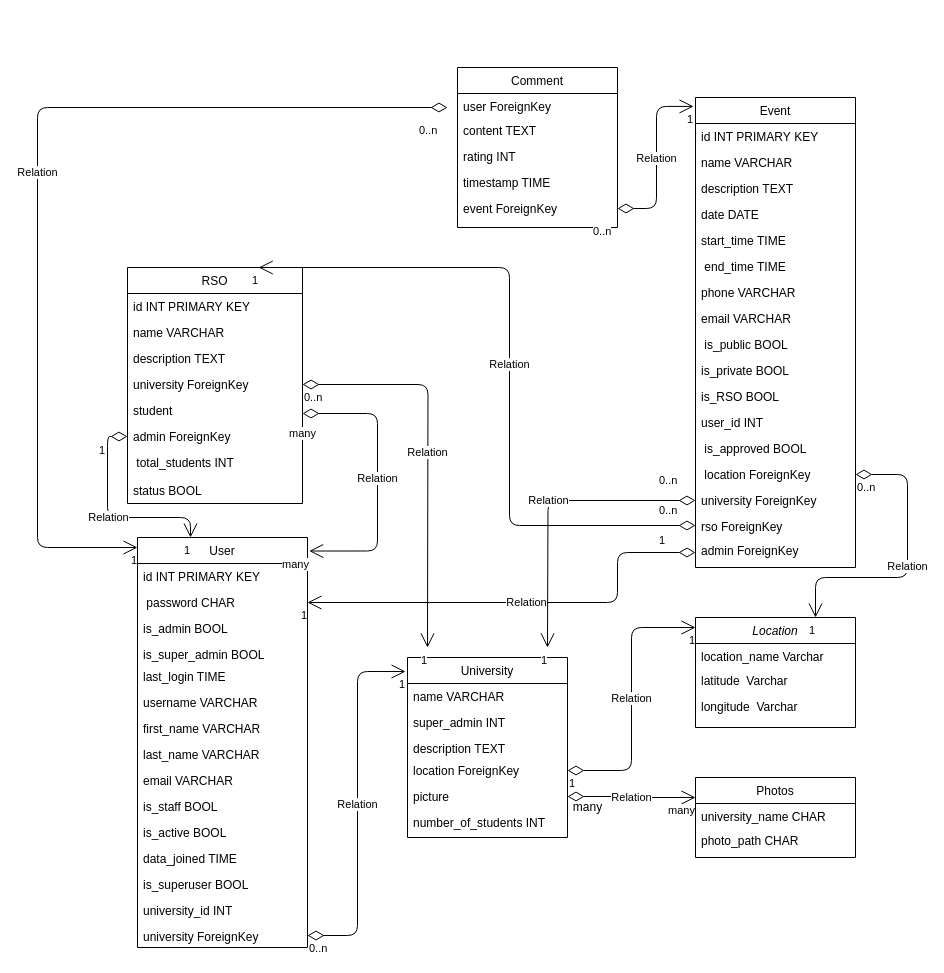
Before: college_event_website/Untitled Diagram.drawio in yao1999/College-Event-Website, a draw.io diagram. Source tidied: cells renumbered, new cells numbered last; positions are measured from the earlier drawing's top-left corner, leaving out a move shared by most shapes. Both pictures are drawn from the tidied source at 100%, with x=0, y=0 at pixel (37, 67).
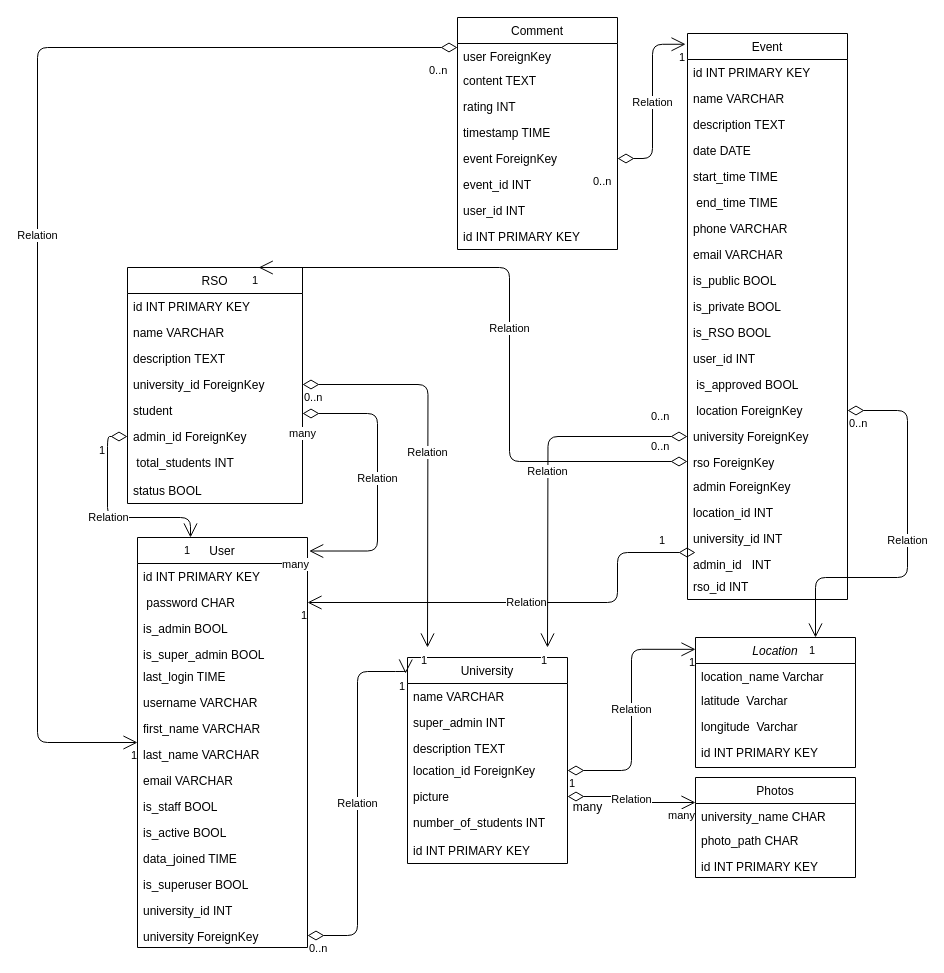
The same diagram, later.

Unchanged cells that the change refers to:
```xml
<mxCell id="7" value="user ForeignKey" style="text;align=left;verticalAlign=top;spacingLeft=4;spacingRight=4;overflow=hidden;points=[[0,0.5],[1,0.5]];portConstraint=eastwest;" parent="6" vertex="1">
  <mxGeometry y="26" width="160" height="24" as="geometry" />
</mxCell>
<mxCell id="29" value=" location ForeignKey" style="text;strokeColor=none;fillColor=none;align=left;verticalAlign=top;spacingLeft=4;spacingRight=4;overflow=hidden;points=[[0,0.5],[1,0.5]];portConstraint=eastwest;" parent="15" vertex="1">
  <mxGeometry y="364" width="160" height="26" as="geometry" />
</mxCell>
<mxCell id="31" value="rso ForeignKey" style="text;strokeColor=none;fillColor=none;align=left;verticalAlign=top;spacingLeft=4;spacingRight=4;overflow=hidden;points=[[0,0.5],[1,0.5]];portConstraint=eastwest;" parent="15" vertex="1">
  <mxGeometry y="416" width="160" height="24" as="geometry" />
</mxCell>
<mxCell id="33" value="RSO" style="swimlane;fontStyle=0;horizontal=1;startSize=26;fillColor=none;" parent="1" vertex="1">
  <mxGeometry x="90" y="200" width="175" height="236" as="geometry" />
</mxCell>
<mxCell id="55" value="User" style="swimlane;fontStyle=0;horizontal=1;startSize=26;fillColor=none;" parent="1" vertex="1">
  <mxGeometry x="100" y="470" width="170" height="410" as="geometry" />
</mxCell>
```

Change to the diagram source:
```diff
@@
     <mxCell id="2" value="Location" style="swimlane;fontStyle=2;align=center;verticalAlign=top;horizontal=1;startSize=26;rounded=0;shadow=0;strokeWidth=1;" parent="1" vertex="1">
-      <mxGeometry x="658" y="550" width="160" height="110" as="geometry" />
+      <mxGeometry x="658" y="570" width="160" height="130" as="geometry" />
     </mxCell>
@@
+    <mxCell id="101" value="id INT PRIMARY KEY" style="text;strokeColor=none;fillColor=none;align=left;verticalAlign=top;spacingLeft=4;spacingRight=4;overflow=hidden;" parent="2" vertex="1">
+      <mxGeometry y="102" width="160" height="18" as="geometry" />
+    </mxCell>
     <mxCell id="6" value="Comment" style="swimlane;fontStyle=0;align=center;verticalAlign=top;horizontal=1;startSize=26;rounded=0;shadow=0;strokeWidth=1;" parent="1" vertex="1">
-      <mxGeometry x="420" width="160" height="160" as="geometry" />
+      <mxGeometry x="420" y="-50" width="160" height="232" as="geometry" />
     </mxCell>
@@
+    <mxCell id="102" value="event_id INT" style="text;strokeColor=none;fillColor=none;align=left;verticalAlign=top;spacingLeft=4;spacingRight=4;overflow=hidden;" parent="6" vertex="1">
+      <mxGeometry y="154" width="160" height="26" as="geometry" />
+    </mxCell>
+    <mxCell id="103" value="user_id INT" style="text;strokeColor=none;fillColor=none;align=left;verticalAlign=top;spacingLeft=4;spacingRight=4;overflow=hidden;" parent="6" vertex="1">
+      <mxGeometry y="180" width="160" height="26" as="geometry" />
+    </mxCell>
+    <mxCell id="104" value="id INT PRIMARY KEY" style="text;strokeColor=none;fillColor=none;align=left;verticalAlign=top;spacingLeft=4;spacingRight=4;overflow=hidden;" parent="6" vertex="1">
+      <mxGeometry y="206" width="160" height="26" as="geometry" />
+    </mxCell>
     <mxCell id="12" value="Photos" style="swimlane;fontStyle=0;align=center;verticalAlign=top;horizontal=1;startSize=26;rounded=0;shadow=0;strokeWidth=1;" parent="1" vertex="1">
-      <mxGeometry x="658" y="710" width="160" height="80" as="geometry" />
+      <mxGeometry x="658" y="710" width="160" height="100" as="geometry" />
     </mxCell>
@@
+    <mxCell id="105" value="id INT PRIMARY KEY" style="text;strokeColor=none;fillColor=none;align=left;verticalAlign=top;spacingLeft=4;spacingRight=4;overflow=hidden;" parent="12" vertex="1">
+      <mxGeometry y="76" width="160" height="24" as="geometry" />
+    </mxCell>
     <mxCell id="15" value="Event" style="swimlane;fontStyle=0;align=center;verticalAlign=top;horizontal=1;startSize=26;rounded=0;shadow=0;strokeWidth=1;" parent="1" vertex="1">
-      <mxGeometry x="658" y="30" width="160" height="470" as="geometry" />
+      <mxGeometry x="650" y="-34" width="160" height="566" as="geometry" />
     </mxCell>
@@
-    <mxCell id="24" value=" is_public BOOL" style="text;strokeColor=none;fillColor=none;align=left;verticalAlign=top;spacingLeft=4;spacingRight=4;overflow=hidden;" parent="15" vertex="1">
+    <mxCell id="24" value="is_public BOOL" style="text;strokeColor=none;fillColor=none;align=left;verticalAlign=top;spacingLeft=4;spacingRight=4;overflow=hidden;" parent="15" vertex="1">
       <mxGeometry y="234" width="160" height="26" as="geometry" />
     </mxCell>
@@
+    <mxCell id="106" value="location_id INT" style="text;strokeColor=none;fillColor=none;align=left;verticalAlign=top;spacingLeft=4;spacingRight=4;overflow=hidden;" parent="15" vertex="1">
+      <mxGeometry y="466" width="160" height="26" as="geometry" />
+    </mxCell>
+    <mxCell id="107" value="university_id INT" style="text;strokeColor=none;fillColor=none;align=left;verticalAlign=top;spacingLeft=4;spacingRight=4;overflow=hidden;" parent="15" vertex="1">
+      <mxGeometry y="492" width="160" height="26" as="geometry" />
+    </mxCell>
+    <mxCell id="108" value="admin_id   INT" style="text;strokeColor=none;fillColor=none;align=left;verticalAlign=top;spacingLeft=4;spacingRight=4;overflow=hidden;" parent="15" vertex="1">
+      <mxGeometry y="518" width="160" height="22" as="geometry" />
+    </mxCell>
+    <mxCell id="109" value="rso_id INT" style="text;strokeColor=none;fillColor=none;align=left;verticalAlign=top;spacingLeft=4;spacingRight=4;overflow=hidden;" parent="15" vertex="1">
+      <mxGeometry y="540" width="160" height="26" as="geometry" />
+    </mxCell>
@@
-    <mxCell id="37" value="university ForeignKey" style="text;strokeColor=none;fillColor=none;align=left;verticalAlign=top;spacingLeft=4;spacingRight=4;overflow=hidden;points=[[0,0.5],[1,0.5]];portConstraint=eastwest;" parent="33" vertex="1">
+    <mxCell id="37" value="university_id ForeignKey" style="text;strokeColor=none;fillColor=none;align=left;verticalAlign=top;spacingLeft=4;spacingRight=4;overflow=hidden;points=[[0,0.5],[1,0.5]];portConstraint=eastwest;" parent="33" vertex="1">
       <mxGeometry y="104" width="175" height="26" as="geometry" />
     </mxCell>
@@
-    <mxCell id="39" value="admin ForeignKey" style="text;strokeColor=none;fillColor=none;align=left;verticalAlign=top;spacingLeft=4;spacingRight=4;overflow=hidden;points=[[0,0.5],[1,0.5]];portConstraint=eastwest;" parent="33" vertex="1">
+    <mxCell id="39" value="admin_id ForeignKey" style="text;strokeColor=none;fillColor=none;align=left;verticalAlign=top;spacingLeft=4;spacingRight=4;overflow=hidden;points=[[0,0.5],[1,0.5]];portConstraint=eastwest;" parent="33" vertex="1">
       <mxGeometry y="156" width="175" height="26" as="geometry" />
     </mxCell>
@@
     <mxCell id="42" value="University" style="swimlane;fontStyle=0;horizontal=1;startSize=26;fillColor=none;" parent="1" vertex="1">
-      <mxGeometry x="370" y="590" width="160" height="180" as="geometry" />
+      <mxGeometry x="370" y="590" width="160" height="206" as="geometry" />
     </mxCell>
@@
-    <mxCell id="46" value="location ForeignKey" style="text;strokeColor=none;fillColor=none;align=left;verticalAlign=top;spacingLeft=4;spacingRight=4;overflow=hidden;points=[[0,0.5],[1,0.5]];portConstraint=eastwest;" parent="42" vertex="1">
+    <mxCell id="46" value="location_id ForeignKey" style="text;strokeColor=none;fillColor=none;align=left;verticalAlign=top;spacingLeft=4;spacingRight=4;overflow=hidden;points=[[0,0.5],[1,0.5]];portConstraint=eastwest;" parent="42" vertex="1">
       <mxGeometry y="100" width="160" height="26" as="geometry" />
     </mxCell>
@@
+    <mxCell id="110" value="id INT PRIMARY KEY" style="text;strokeColor=none;fillColor=none;align=left;verticalAlign=top;spacingLeft=4;spacingRight=4;overflow=hidden;" parent="42" vertex="1">
+      <mxGeometry y="180" width="160" height="26" as="geometry" />
+    </mxCell>
@@
     <mxCell id="77" value="Relation" style="endArrow=open;html=1;endSize=12;startArrow=diamondThin;startSize=14;startFill=0;edgeStyle=orthogonalEdgeStyle;exitX=0;exitY=0.5;exitDx=0;exitDy=0;entryX=0.75;entryY=0;entryDx=0;entryDy=0;" parent="1" edge="1" source="31" target="33">
       <mxGeometry relative="1" as="geometry">
         <Array as="points">
-          <mxPoint x="472" y="458" />
+          <mxPoint x="472" y="394" />
           <mxPoint x="472" y="200" />
-          <mxPoint x="241" y="200" />
         </Array>
       </mxGeometry>
     </mxCell>
@@
     <mxCell id="80" value="Relation" style="endArrow=open;html=1;endSize=12;startArrow=diamondThin;startSize=14;startFill=0;edgeStyle=orthogonalEdgeStyle;exitX=1;exitY=0.5;exitDx=0;exitDy=0;entryX=0.75;entryY=0;entryDx=0;entryDy=0;" parent="1" edge="1" source="29" target="2">
       <mxGeometry relative="1" as="geometry">
         <Array as="points">
-          <mxPoint x="870" y="407" />
+          <mxPoint x="870" y="343" />
           <mxPoint x="870" y="510" />
           <mxPoint x="778" y="510" />
         </Array>
       </mxGeometry>
     </mxCell>
@@
-    <mxCell id="95" value="Relation" style="endArrow=open;html=1;endSize=12;startArrow=diamondThin;startSize=14;startFill=0;edgeStyle=orthogonalEdgeStyle;" parent="1" edge="1" target="55">
+    <mxCell id="95" value="Relation" style="endArrow=open;html=1;endSize=12;startArrow=diamondThin;startSize=14;startFill=0;edgeStyle=orthogonalEdgeStyle;" parent="1" edge="1" source="7" target="55">
       <mxGeometry relative="1" as="geometry">
-        <mxPoint x="410" y="40" as="sourcePoint" />
         <Array as="points">
-          <mxPoint y="40" />
-          <mxPoint y="480" />
+          <mxPoint y="-20" />
+          <mxPoint y="675" />
         </Array>
       </mxGeometry>
     </mxCell>
```
